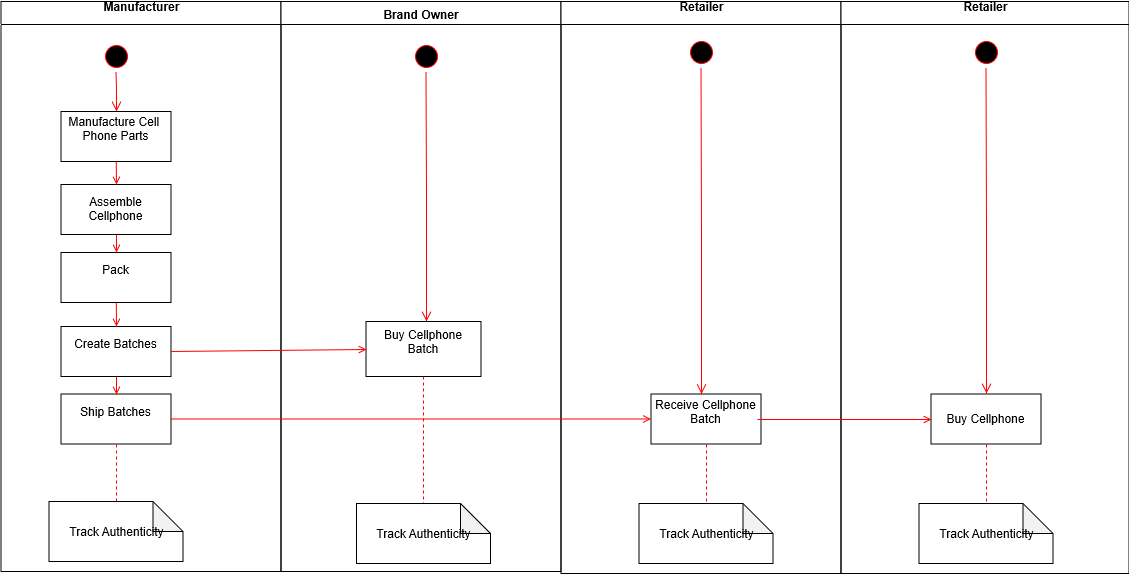
Earlier version of the draw.io export Activity.png (homeawaymg/ValueChain). Source tidied: cells renumbered, new cells last; positions are measured from the earlier drawing's top-left corner, leaving out a move shared by most shapes.
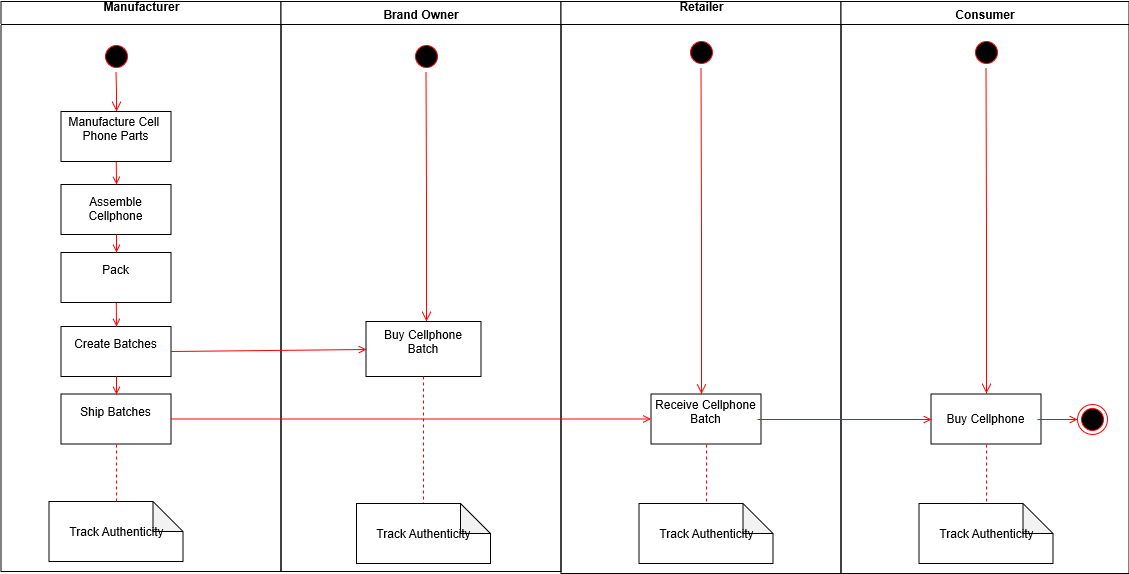
Later version of the same file.

Diff of the diagram source:
```diff
@@ -86,7 +86,7 @@
     <mxCell id="29" style="edgeStyle=none;strokeColor=#FF0000;endArrow=open;endFill=1;rounded=0;" parent="1" edge="1" source="7" target="17">
       <mxGeometry relative="1" as="geometry" />
     </mxCell>
-    <mxCell id="30" value="Retailer&#10;" style="swimlane;whiteSpace=wrap;" parent="1" vertex="1">
+    <mxCell id="30" value="Consumer" style="swimlane;whiteSpace=wrap;startSize=23;" parent="1" vertex="1">
       <mxGeometry x="839.5" width="288" height="572" as="geometry" />
     </mxCell>
     <mxCell id="31" value="Buy Cellphone" parent="30" vertex="1">
@@ -106,10 +106,18 @@
         <mxPoint x="145.5" y="392" as="targetPoint" />
       </mxGeometry>
     </mxCell>
+    <mxCell id="37" style="ellipse;html=1;shape=endState;fillColor=#000000;strokeColor=#ff0000;" parent="30" vertex="1">
+      <mxGeometry x="236.5" y="402.5" width="30" height="30" as="geometry" />
+    </mxCell>
     <mxCell id="36" style="endArrow=open;strokeColor=#FF0000;endFill=1;rounded=0;entryX=0;entryY=0.5;entryDx=0;entryDy=0;" parent="1" edge="1" target="31">
       <mxGeometry relative="1" as="geometry">
         <mxPoint x="756" y="418" as="sourcePoint" />
       </mxGeometry>
     </mxCell>
+    <mxCell id="38" style="endArrow=open;strokeColor=#FF0000;endFill=1;rounded=0;entryX=0;entryY=0.5;entryDx=0;entryDy=0;" parent="1" edge="1" target="37">
+      <mxGeometry relative="1" as="geometry">
+        <mxPoint x="1036" y="418" as="sourcePoint" />
+      </mxGeometry>
+    </mxCell>
   </root>
 </mxGraphModel>
```
